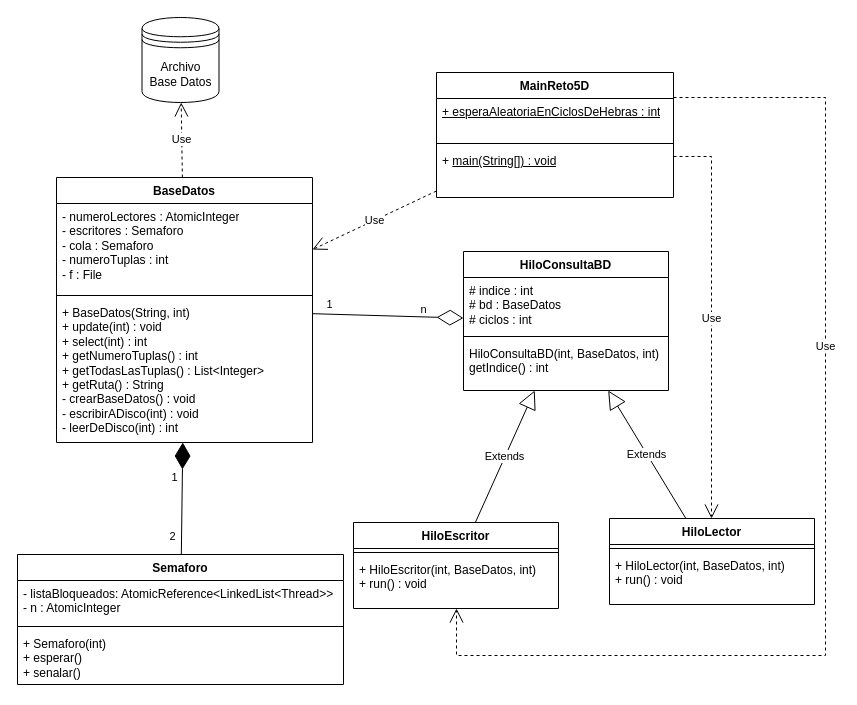
Above: documentos/valoresatomicos.drawio in josebailoneduca/PSPRO_Reto5 (draw.io), before the change. Source tidied: cells renumbered, new cells numbered last; positions are measured from the earlier drawing's top-left corner, leaving out a move shared by most shapes. Both pictures are drawn from the tidied source at 100%, with x=0, y=0 at pixel (17, 17).
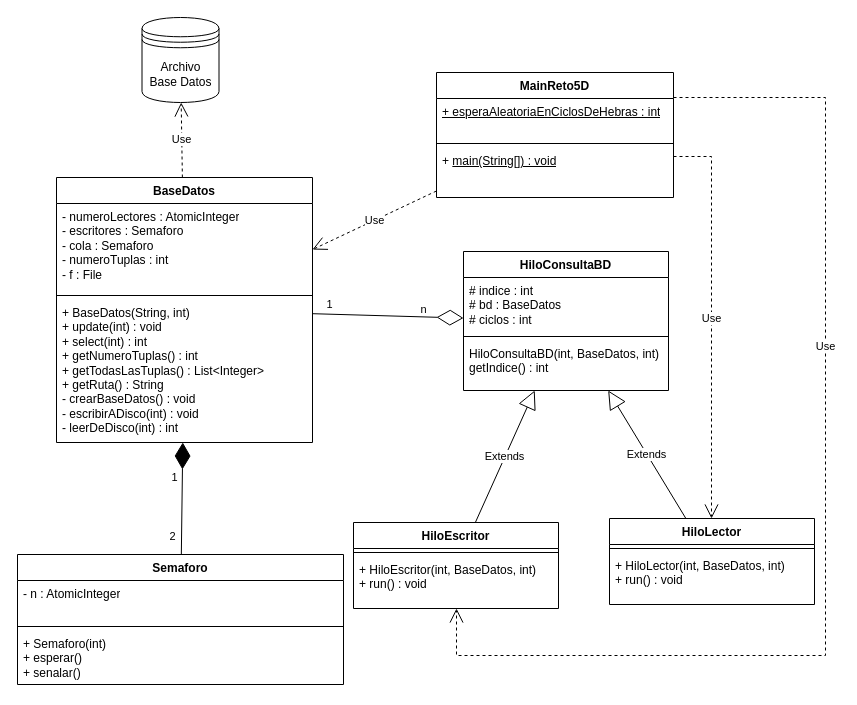
The same diagram, later.

Unchanged cells that the change refers to:
```xml
<mxCell id="21" value="Semaforo" style="swimlane;fontStyle=1;align=center;verticalAlign=top;horizontal=1;startSize=26;whiteSpace=wrap;html=1;" parent="1" vertex="1">
  <mxGeometry y="537" width="326" height="130" as="geometry" />
</mxCell>
```

What changed in the source:
```diff
@@
-    <mxCell id="22" value="&lt;span style=&quot;background-color: initial;&quot;&gt;- listaBloqueados: AtomicReference&amp;lt;LinkedList&amp;lt;Thread&amp;gt;&amp;gt;&lt;/span&gt;&lt;div&gt;- n : AtomicInteger&lt;/div&gt;" style="text;strokeColor=none;fillColor=none;align=left;verticalAlign=top;spacingLeft=4;spacingRight=4;overflow=hidden;whiteSpace=wrap;html=1;" parent="21" vertex="1">
+    <mxCell id="22" value="&lt;span style=&quot;background-color: initial;&quot;&gt;- n : AtomicInteger&lt;/span&gt;" style="text;strokeColor=none;fillColor=none;align=left;verticalAlign=top;spacingLeft=4;spacingRight=4;overflow=hidden;whiteSpace=wrap;html=1;" parent="21" vertex="1">
       <mxGeometry y="26" width="326" height="42" as="geometry" />
     </mxCell>
```
